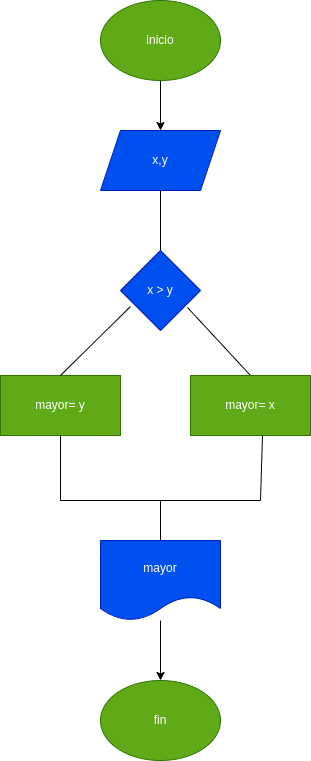
This is diagrama.png from luienrique/mayor_2enteros, a draw.io export, as it was before one commit. Source tidied: cells renumbered, new cells last; positions are measured from the earlier drawing's top-left corner, leaving out a move shared by most shapes. Source of this version:
```xml
<mxGraphModel>
  <root>
    <mxCell id="0" />
    <mxCell id="1" parent="0" />
    <mxCell id="2" style="edgeStyle=none;html=1;" parent="1" edge="1" source="3" target="5">
      <mxGeometry relative="1" as="geometry" />
    </mxCell>
    <mxCell id="3" value="inicio" style="ellipse;whiteSpace=wrap;html=1;fillColor=#60a917;fontColor=#ffffff;strokeColor=#2D7600;" parent="1" vertex="1">
      <mxGeometry x="100" width="120" height="80" as="geometry" />
    </mxCell>
    <mxCell id="4" style="edgeStyle=none;html=1;startArrow=none;" parent="1" edge="1" source="7">
      <mxGeometry relative="1" as="geometry">
        <mxPoint x="160" y="290" as="targetPoint" />
      </mxGeometry>
    </mxCell>
    <mxCell id="5" value="x,y" style="shape=parallelogram;perimeter=parallelogramPerimeter;whiteSpace=wrap;html=1;fixedSize=1;fillColor=#0050ef;fontColor=#ffffff;strokeColor=#001DBC;" parent="1" vertex="1">
      <mxGeometry x="100" y="130" width="120" height="60" as="geometry" />
    </mxCell>
    <mxCell id="6" style="edgeStyle=none;html=1;endArrow=none;" parent="1" edge="1" source="5" target="7">
      <mxGeometry relative="1" as="geometry" />
    </mxCell>
    <mxCell id="7" value="x &amp;gt; y" style="rhombus;whiteSpace=wrap;html=1;fillColor=#0050ef;fontColor=#ffffff;strokeColor=#001DBC;" parent="1" vertex="1">
      <mxGeometry x="120" y="250" width="80" height="80" as="geometry" />
    </mxCell>
    <mxCell id="8" style="endArrow=none;html=1;entryX=0.838;entryY=0.713;entryDx=0;entryDy=0;exitX=0.5;exitY=0;exitDx=0;exitDy=0;entryPerimeter=0;" parent="1" edge="1" source="9" target="7">
      <mxGeometry relative="1" as="geometry" />
    </mxCell>
    <mxCell id="9" value="mayor= x" style="rounded=0;whiteSpace=wrap;html=1;fillColor=#60a917;fontColor=#ffffff;strokeColor=#2D7600;" parent="1" vertex="1">
      <mxGeometry x="190" y="375" width="120" height="60" as="geometry" />
    </mxCell>
    <mxCell id="10" value="mayor= y" style="rounded=0;whiteSpace=wrap;html=1;fillColor=#60a917;fontColor=#ffffff;strokeColor=#2D7600;" parent="1" vertex="1">
      <mxGeometry y="375" width="120" height="60" as="geometry" />
    </mxCell>
    <mxCell id="11" style="endArrow=none;html=1;exitX=0.125;exitY=0.7;exitDx=0;exitDy=0;entryX=0.5;entryY=0;entryDx=0;entryDy=0;exitPerimeter=0;" parent="1" edge="1" source="7" target="10">
      <mxGeometry relative="1" as="geometry" />
    </mxCell>
    <mxCell id="12" style="endArrow=none;html=1;exitX=0.5;exitY=1;exitDx=0;exitDy=0;" parent="1" edge="1" source="10">
      <mxGeometry relative="1" as="geometry">
        <mxPoint x="60" y="500" as="targetPoint" />
      </mxGeometry>
    </mxCell>
    <mxCell id="13" style="endArrow=none;html=1;" parent="1" edge="1">
      <mxGeometry relative="1" as="geometry">
        <mxPoint x="60" y="500" as="sourcePoint" />
        <mxPoint x="260" y="500" as="targetPoint" />
      </mxGeometry>
    </mxCell>
    <mxCell id="14" style="endArrow=none;html=1;entryX=0.6;entryY=1;entryDx=0;entryDy=0;entryPerimeter=0;" parent="1" edge="1" target="9">
      <mxGeometry relative="1" as="geometry">
        <mxPoint x="260" y="500" as="sourcePoint" />
      </mxGeometry>
    </mxCell>
    <mxCell id="15" style="endArrow=none;html=1;" parent="1" edge="1">
      <mxGeometry relative="1" as="geometry">
        <mxPoint x="160" y="500" as="sourcePoint" />
        <mxPoint x="160" y="540" as="targetPoint" />
      </mxGeometry>
    </mxCell>
    <mxCell id="16" style="edgeStyle=none;html=1;" parent="1" edge="1" source="17" target="18">
      <mxGeometry relative="1" as="geometry" />
    </mxCell>
    <mxCell id="17" value="mayor" style="shape=document;whiteSpace=wrap;html=1;boundedLbl=1;fillColor=#0050ef;fontColor=#ffffff;strokeColor=#001DBC;" parent="1" vertex="1">
      <mxGeometry x="100" y="540" width="120" height="80" as="geometry" />
    </mxCell>
    <mxCell id="18" value="fin" style="ellipse;whiteSpace=wrap;html=1;fillColor=#60a917;fontColor=#ffffff;strokeColor=#2D7600;" parent="1" vertex="1">
      <mxGeometry x="100" y="680" width="120" height="80" as="geometry" />
    </mxCell>
  </root>
</mxGraphModel>
```
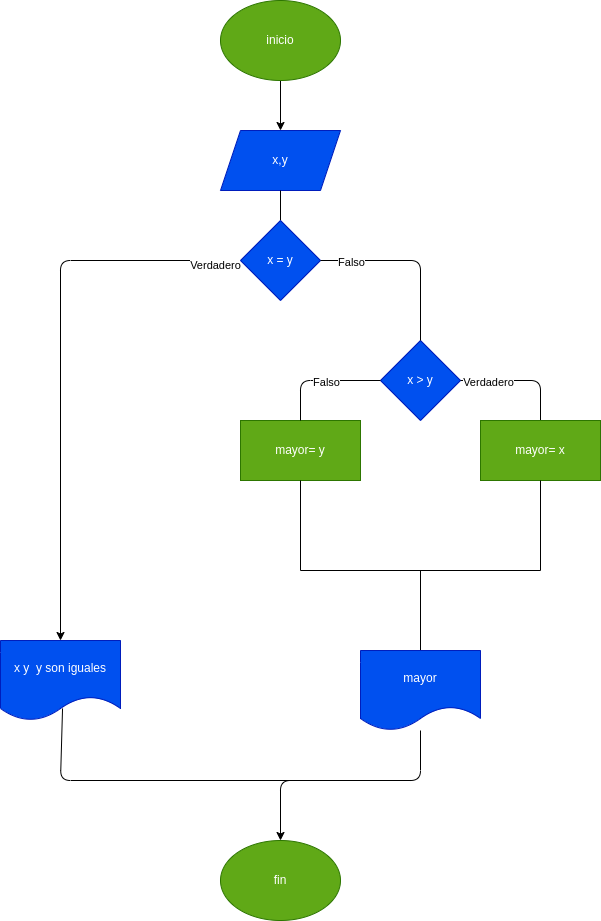
After the commit.

Commit message:
Correccion diagrama

What changed in the source:
```diff
@@ -8,62 +8,110 @@
     <mxCell id="3" value="inicio" style="ellipse;whiteSpace=wrap;html=1;fillColor=#60a917;fontColor=#ffffff;strokeColor=#2D7600;" parent="1" vertex="1">
       <mxGeometry x="100" width="120" height="80" as="geometry" />
     </mxCell>
-    <mxCell id="4" style="edgeStyle=none;html=1;startArrow=none;" parent="1" edge="1" source="7">
-      <mxGeometry relative="1" as="geometry">
-        <mxPoint x="160" y="290" as="targetPoint" />
-      </mxGeometry>
-    </mxCell>
     <mxCell id="5" value="x,y" style="shape=parallelogram;perimeter=parallelogramPerimeter;whiteSpace=wrap;html=1;fixedSize=1;fillColor=#0050ef;fontColor=#ffffff;strokeColor=#001DBC;" parent="1" vertex="1">
       <mxGeometry x="100" y="130" width="120" height="60" as="geometry" />
     </mxCell>
-    <mxCell id="6" style="edgeStyle=none;html=1;endArrow=none;" parent="1" edge="1" source="5" target="7">
-      <mxGeometry relative="1" as="geometry" />
-    </mxCell>
     <mxCell id="7" value="x &amp;gt; y" style="rhombus;whiteSpace=wrap;html=1;fillColor=#0050ef;fontColor=#ffffff;strokeColor=#001DBC;" parent="1" vertex="1">
-      <mxGeometry x="120" y="250" width="80" height="80" as="geometry" />
+      <mxGeometry x="260" y="340" width="80" height="80" as="geometry" />
     </mxCell>
-    <mxCell id="8" style="endArrow=none;html=1;entryX=0.838;entryY=0.713;entryDx=0;entryDy=0;exitX=0.5;exitY=0;exitDx=0;exitDy=0;entryPerimeter=0;" parent="1" edge="1" source="9" target="7">
-      <mxGeometry relative="1" as="geometry" />
+    <mxCell id="8" style="endArrow=none;html=1;entryX=1;entryY=0.5;entryDx=0;entryDy=0;exitX=0.5;exitY=0;exitDx=0;exitDy=0;" parent="1" edge="1" source="9" target="7">
+      <mxGeometry relative="1" as="geometry">
+        <Array as="points">
+          <mxPoint x="420" y="380" />
+        </Array>
+      </mxGeometry>
     </mxCell>
+    <mxCell id="19" value="Verdadero" style="edgeLabel;html=1;align=center;verticalAlign=middle;" parent="8" vertex="1">
+      <mxGeometry x="0.55" y="1" relative="1" as="geometry" />
+    </mxCell>
     <mxCell id="9" value="mayor= x" style="rounded=0;whiteSpace=wrap;html=1;fillColor=#60a917;fontColor=#ffffff;strokeColor=#2D7600;" parent="1" vertex="1">
-      <mxGeometry x="190" y="375" width="120" height="60" as="geometry" />
+      <mxGeometry x="360" y="420" width="120" height="60" as="geometry" />
     </mxCell>
     <mxCell id="10" value="mayor= y" style="rounded=0;whiteSpace=wrap;html=1;fillColor=#60a917;fontColor=#ffffff;strokeColor=#2D7600;" parent="1" vertex="1">
-      <mxGeometry y="375" width="120" height="60" as="geometry" />
+      <mxGeometry x="120" y="420" width="120" height="60" as="geometry" />
     </mxCell>
-    <mxCell id="11" style="endArrow=none;html=1;exitX=0.125;exitY=0.7;exitDx=0;exitDy=0;entryX=0.5;entryY=0;entryDx=0;entryDy=0;exitPerimeter=0;" parent="1" edge="1" source="7" target="10">
-      <mxGeometry relative="1" as="geometry" />
+    <mxCell id="11" style="endArrow=none;html=1;exitX=0;exitY=0.5;exitDx=0;exitDy=0;entryX=0.5;entryY=0;entryDx=0;entryDy=0;" parent="1" edge="1" source="7" target="10">
+      <mxGeometry relative="1" as="geometry">
+        <Array as="points">
+          <mxPoint x="180" y="380" />
+        </Array>
+      </mxGeometry>
     </mxCell>
+    <mxCell id="20" value="Falso" style="edgeLabel;html=1;align=center;verticalAlign=middle;" parent="11" vertex="1">
+      <mxGeometry x="-0.08" y="1" relative="1" as="geometry" />
+    </mxCell>
     <mxCell id="12" style="endArrow=none;html=1;exitX=0.5;exitY=1;exitDx=0;exitDy=0;" parent="1" edge="1" source="10">
       <mxGeometry relative="1" as="geometry">
-        <mxPoint x="60" y="500" as="targetPoint" />
+        <mxPoint x="180" y="570" as="targetPoint" />
       </mxGeometry>
     </mxCell>
     <mxCell id="13" style="endArrow=none;html=1;" parent="1" edge="1">
       <mxGeometry relative="1" as="geometry">
-        <mxPoint x="60" y="500" as="sourcePoint" />
-        <mxPoint x="260" y="500" as="targetPoint" />
+        <mxPoint x="180" y="570" as="sourcePoint" />
+        <mxPoint x="420" y="570" as="targetPoint" />
       </mxGeometry>
     </mxCell>
-    <mxCell id="14" style="endArrow=none;html=1;entryX=0.6;entryY=1;entryDx=0;entryDy=0;entryPerimeter=0;" parent="1" edge="1" target="9">
+    <mxCell id="14" style="endArrow=none;html=1;entryX=0.5;entryY=1;entryDx=0;entryDy=0;" parent="1" edge="1" target="9">
       <mxGeometry relative="1" as="geometry">
-        <mxPoint x="260" y="500" as="sourcePoint" />
+        <mxPoint x="420" y="570" as="sourcePoint" />
       </mxGeometry>
     </mxCell>
-    <mxCell id="15" style="endArrow=none;html=1;" parent="1" edge="1">
+    <mxCell id="15" style="endArrow=none;html=1;entryX=0.5;entryY=0;entryDx=0;entryDy=0;" parent="1" edge="1" target="17">
       <mxGeometry relative="1" as="geometry">
-        <mxPoint x="160" y="500" as="sourcePoint" />
-        <mxPoint x="160" y="540" as="targetPoint" />
+        <mxPoint x="300" y="570" as="sourcePoint" />
       </mxGeometry>
     </mxCell>
     <mxCell id="16" style="edgeStyle=none;html=1;" parent="1" edge="1" source="17" target="18">
-      <mxGeometry relative="1" as="geometry" />
+      <mxGeometry relative="1" as="geometry">
+        <Array as="points">
+          <mxPoint x="300" y="780" />
+          <mxPoint x="160" y="780" />
+        </Array>
+      </mxGeometry>
     </mxCell>
     <mxCell id="17" value="mayor" style="shape=document;whiteSpace=wrap;html=1;boundedLbl=1;fillColor=#0050ef;fontColor=#ffffff;strokeColor=#001DBC;" parent="1" vertex="1">
-      <mxGeometry x="100" y="540" width="120" height="80" as="geometry" />
+      <mxGeometry x="240" y="650" width="120" height="80" as="geometry" />
     </mxCell>
     <mxCell id="18" value="fin" style="ellipse;whiteSpace=wrap;html=1;fillColor=#60a917;fontColor=#ffffff;strokeColor=#2D7600;" parent="1" vertex="1">
-      <mxGeometry x="100" y="680" width="120" height="80" as="geometry" />
+      <mxGeometry x="100" y="840" width="120" height="80" as="geometry" />
     </mxCell>
+    <mxCell id="21" style="edgeStyle=none;html=1;exitX=0;exitY=0.5;exitDx=0;exitDy=0;entryX=0.5;entryY=0;entryDx=0;entryDy=0;" parent="1" edge="1" source="24" target="25">
+      <mxGeometry relative="1" as="geometry">
+        <Array as="points">
+          <mxPoint x="-60" y="260" />
+        </Array>
+      </mxGeometry>
+    </mxCell>
+    <mxCell id="22" value="Verdadero" style="edgeLabel;html=1;align=center;verticalAlign=middle;" parent="21" vertex="1">
+      <mxGeometry x="-0.91" y="4" relative="1" as="geometry" />
+    </mxCell>
+    <mxCell id="23" style="edgeStyle=none;html=1;endArrow=none;" parent="1" edge="1" source="5" target="24">
+      <mxGeometry relative="1" as="geometry" />
+    </mxCell>
+    <mxCell id="24" value="x = y" style="rhombus;whiteSpace=wrap;html=1;fillColor=#0050ef;fontColor=#ffffff;strokeColor=#001DBC;" parent="1" vertex="1">
+      <mxGeometry x="120" y="220" width="80" height="80" as="geometry" />
+    </mxCell>
+    <mxCell id="25" value="x y&amp;nbsp; y son iguales" style="shape=document;whiteSpace=wrap;html=1;boundedLbl=1;fillColor=#0050ef;fontColor=#ffffff;strokeColor=#001DBC;" parent="1" vertex="1">
+      <mxGeometry x="-120" y="640" width="120" height="80" as="geometry" />
+    </mxCell>
+    <mxCell id="26" style="endArrow=none;html=1;exitX=0.517;exitY=0.85;exitDx=0;exitDy=0;exitPerimeter=0;" parent="1" edge="1" source="25">
+      <mxGeometry relative="1" as="geometry">
+        <mxPoint x="190" y="780" as="targetPoint" />
+        <Array as="points">
+          <mxPoint x="-60" y="780" />
+        </Array>
+      </mxGeometry>
+    </mxCell>
+    <mxCell id="27" style="endArrow=none;html=1;entryX=1;entryY=0.5;entryDx=0;entryDy=0;" parent="1" edge="1" target="24">
+      <mxGeometry relative="1" as="geometry">
+        <mxPoint x="300" y="340" as="sourcePoint" />
+        <Array as="points">
+          <mxPoint x="300" y="260" />
+        </Array>
+      </mxGeometry>
+    </mxCell>
+    <mxCell id="28" value="Falso" style="edgeLabel;html=1;align=center;verticalAlign=middle;" parent="27" vertex="1">
+      <mxGeometry x="0.67" y="1" relative="1" as="geometry" />
+    </mxCell>
   </root>
 </mxGraphModel>
```
